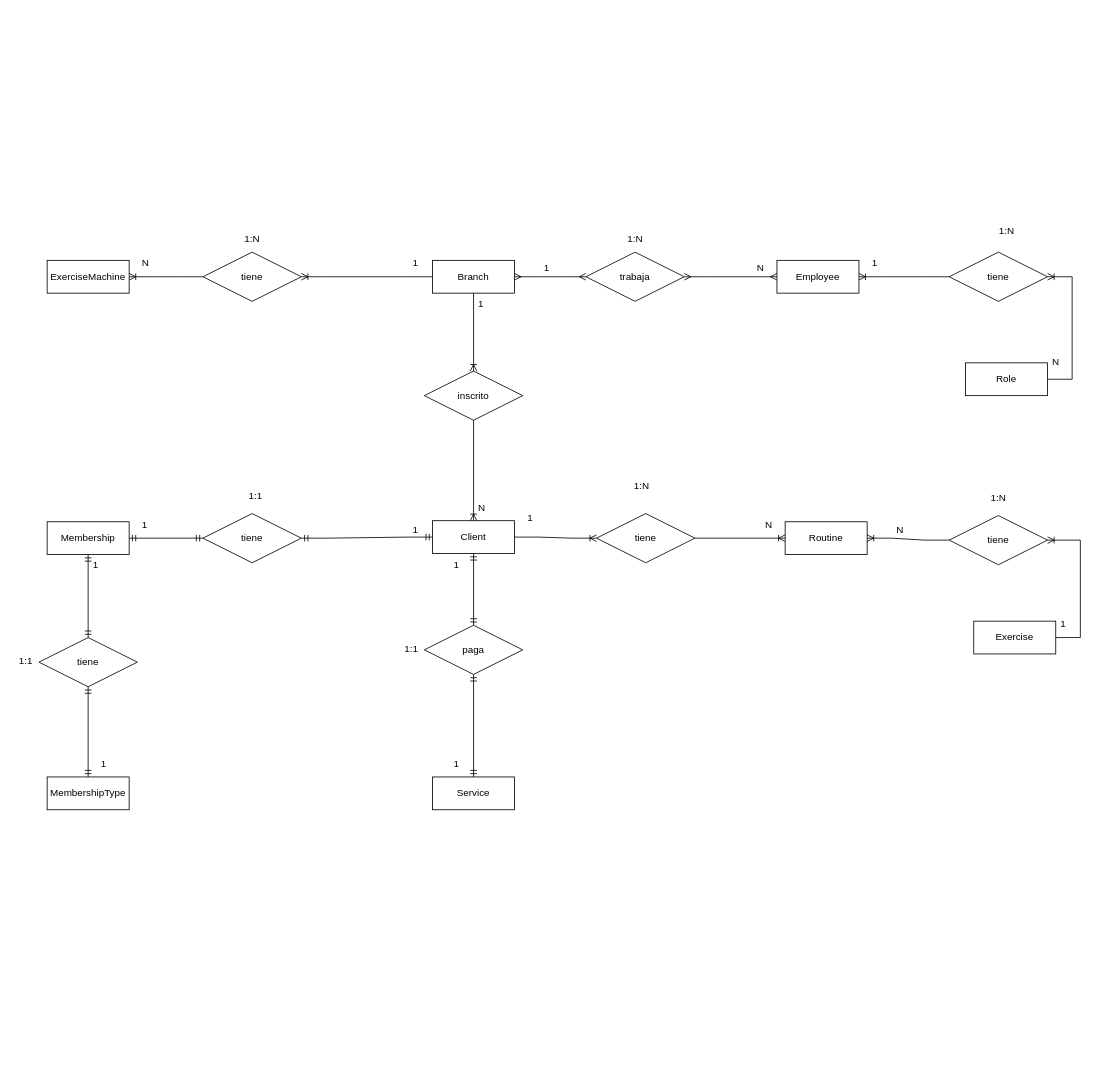
MichaelMarinReyes/Fit-Manager keeps this draw.io diagram as Documentación/Diagrama ER.drawio. Above is the earlier version. Source tidied: cells renumbered, new cells numbered last; positions are measured from the earlier drawing's top-left corner, leaving out a move shared by most shapes. Both pictures are drawn from the tidied source at 82%, with x=0, y=0 at pixel (14, 219).
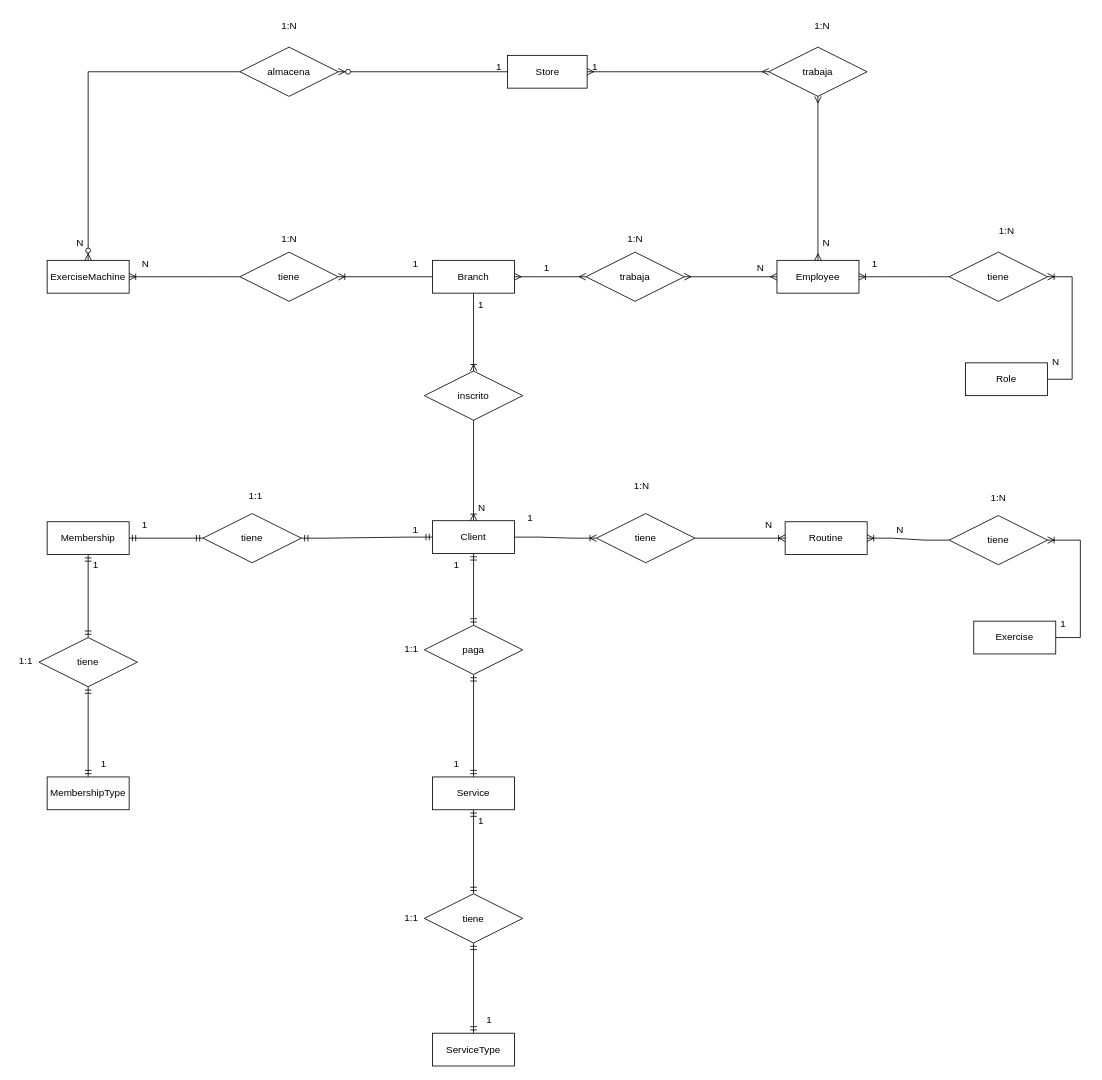
The same page after the edit.

The change refers to these unchanged cells:
```xml
<mxCell id="2" value="Employee" style="whiteSpace=wrap;html=1;align=center;" parent="1" vertex="1">
  <mxGeometry x="930" y="50" width="100" height="40" as="geometry" />
</mxCell>
<mxCell id="12" value="ExerciseMachine" style="whiteSpace=wrap;html=1;align=center;" parent="1" vertex="1">
  <mxGeometry x="40" y="50" width="100" height="40" as="geometry" />
</mxCell>
<mxCell id="61" value="Service" style="whiteSpace=wrap;html=1;align=center;" parent="1" vertex="1">
  <mxGeometry x="510" y="680" width="100" height="40" as="geometry" />
</mxCell>
```

Change to the diagram source:
```diff
@@
     <mxCell id="30" value="tiene" style="shape=rhombus;perimeter=rhombusPerimeter;whiteSpace=wrap;html=1;align=center;" parent="1" vertex="1">
-      <mxGeometry x="230" y="40" width="120" height="60" as="geometry" />
+      <mxGeometry x="275" y="40" width="120" height="60" as="geometry" />
     </mxCell>
@@
     <mxCell id="49" value="1:N" style="text;strokeColor=none;fillColor=none;spacingLeft=4;spacingRight=4;overflow=hidden;fontSize=12;whiteSpace=wrap;html=1;" parent="1" vertex="1">
-      <mxGeometry x="275" y="10" width="30" height="30" as="geometry" />
+      <mxGeometry x="320" y="10" width="30" height="30" as="geometry" />
     </mxCell>
@@
+    <mxCell id="66" value="ServiceType" style="whiteSpace=wrap;html=1;align=center;" parent="1" vertex="1">
+      <mxGeometry x="510" y="992.5" width="100" height="40" as="geometry" />
+    </mxCell>
+    <mxCell id="67" value="tiene" style="shape=rhombus;perimeter=rhombusPerimeter;whiteSpace=wrap;html=1;align=center;" parent="1" vertex="1">
+      <mxGeometry x="500" y="822.5" width="120" height="60" as="geometry" />
+    </mxCell>
+    <mxCell id="68" style="fontSize=12;html=1;endArrow=ERmandOne;startArrow=ERmandOne;rounded=0;" parent="1" edge="1" source="67" target="61">
+      <mxGeometry relative="1" as="geometry" />
+    </mxCell>
+    <mxCell id="69" style="fontSize=12;html=1;endArrow=ERmandOne;startArrow=ERmandOne;rounded=0;" parent="1" edge="1" source="66" target="67">
+      <mxGeometry relative="1" as="geometry" />
+    </mxCell>
+    <mxCell id="70" value="1" style="text;strokeColor=none;fillColor=none;spacingLeft=4;spacingRight=4;overflow=hidden;fontSize=12;whiteSpace=wrap;html=1;" parent="1" vertex="1">
+      <mxGeometry x="560" y="720" width="40" height="30" as="geometry" />
+    </mxCell>
+    <mxCell id="71" value="1" style="text;strokeColor=none;fillColor=none;spacingLeft=4;spacingRight=4;overflow=hidden;fontSize=12;whiteSpace=wrap;html=1;" parent="1" vertex="1">
+      <mxGeometry x="570" y="962.5" width="40" height="30" as="geometry" />
+    </mxCell>
+    <mxCell id="72" value="1:1" style="text;strokeColor=none;fillColor=none;spacingLeft=4;spacingRight=4;overflow=hidden;fontSize=12;whiteSpace=wrap;html=1;" parent="1" vertex="1">
+      <mxGeometry x="470" y="837.5" width="30" height="30" as="geometry" />
+    </mxCell>
+    <mxCell id="73" value="Store" style="whiteSpace=wrap;html=1;align=center;" parent="1" vertex="1">
+      <mxGeometry x="601.5" y="-200" width="97" height="40" as="geometry" />
+    </mxCell>
+    <mxCell id="74" value="1" style="text;strokeColor=none;fillColor=none;spacingLeft=4;spacingRight=4;overflow=hidden;fontSize=12;whiteSpace=wrap;html=1;" parent="1" vertex="1">
+      <mxGeometry x="698.5" y="-200" width="40" height="30" as="geometry" />
+    </mxCell>
+    <mxCell id="75" value="trabaja" style="shape=rhombus;perimeter=rhombusPerimeter;whiteSpace=wrap;html=1;align=center;" parent="1" vertex="1">
+      <mxGeometry x="920" y="-210" width="120" height="60" as="geometry" />
+    </mxCell>
+    <mxCell id="76" style="edgeStyle=entityRelationEdgeStyle;fontSize=12;html=1;endArrow=ERmany;startArrow=ERmany;rounded=0;" parent="1" edge="1" source="75" target="73">
+      <mxGeometry relative="1" as="geometry" />
+    </mxCell>
+    <mxCell id="77" style="fontSize=12;html=1;endArrow=ERmany;startArrow=ERmany;rounded=0;" parent="1" edge="1" source="75" target="2">
+      <mxGeometry relative="1" as="geometry" />
+    </mxCell>
+    <mxCell id="78" value="N" style="text;strokeColor=none;fillColor=none;spacingLeft=4;spacingRight=4;overflow=hidden;fontSize=12;whiteSpace=wrap;html=1;" parent="1" vertex="1">
+      <mxGeometry x="980" y="15" width="40" height="30" as="geometry" />
+    </mxCell>
+    <mxCell id="79" value="1:N" style="text;strokeColor=none;fillColor=none;spacingLeft=4;spacingRight=4;overflow=hidden;fontSize=12;whiteSpace=wrap;html=1;" parent="1" vertex="1">
+      <mxGeometry x="970" y="-250" width="30" height="30" as="geometry" />
+    </mxCell>
+    <mxCell id="80" value="N" style="text;strokeColor=none;fillColor=none;spacingLeft=4;spacingRight=4;overflow=hidden;fontSize=12;whiteSpace=wrap;html=1;" parent="1" vertex="1">
+      <mxGeometry x="70" y="15" width="40" height="30" as="geometry" />
+    </mxCell>
+    <mxCell id="81" value="almacena" style="shape=rhombus;perimeter=rhombusPerimeter;whiteSpace=wrap;html=1;align=center;" parent="1" vertex="1">
+      <mxGeometry x="275" y="-210" width="120" height="60" as="geometry" />
+    </mxCell>
+    <mxCell id="82" value="1:N" style="text;strokeColor=none;fillColor=none;spacingLeft=4;spacingRight=4;overflow=hidden;fontSize=12;whiteSpace=wrap;html=1;" parent="1" vertex="1">
+      <mxGeometry x="320" y="-250" width="30" height="30" as="geometry" />
+    </mxCell>
+    <mxCell id="83" value="1" style="text;strokeColor=none;fillColor=none;spacingLeft=4;spacingRight=4;overflow=hidden;fontSize=12;whiteSpace=wrap;html=1;" parent="1" vertex="1">
+      <mxGeometry x="581.5" y="-200" width="40" height="30" as="geometry" />
+    </mxCell>
+    <mxCell id="84" style="edgeStyle=orthogonalEdgeStyle;fontSize=12;html=1;endArrow=ERzeroToMany;endFill=1;rounded=0;" parent="1" edge="1" source="81" target="12">
+      <mxGeometry relative="1" as="geometry" />
+    </mxCell>
+    <mxCell id="85" style="fontSize=12;html=1;endArrow=ERzeroToMany;endFill=1;rounded=0;" parent="1" edge="1" source="73" target="81">
+      <mxGeometry relative="1" as="geometry" />
+    </mxCell>
```
